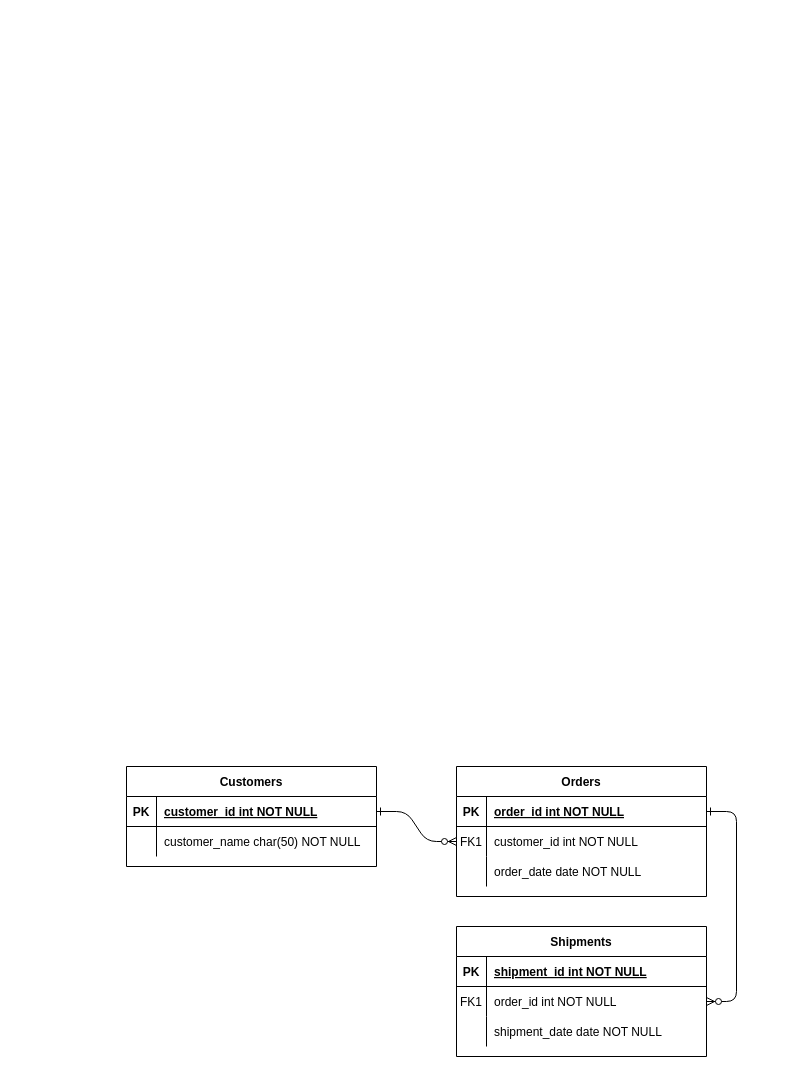
Earlier version of the draw.io diagram Untitled Diagram.drawio (BrunoTerres/portfolio). Source tidied: cells renumbered, new cells numbered last; positions are measured from the earlier drawing's top-left corner, leaving out a move shared by most shapes. Both pictures are drawn from the tidied source at 100%, with x=0, y=0 at pixel (126, 766).
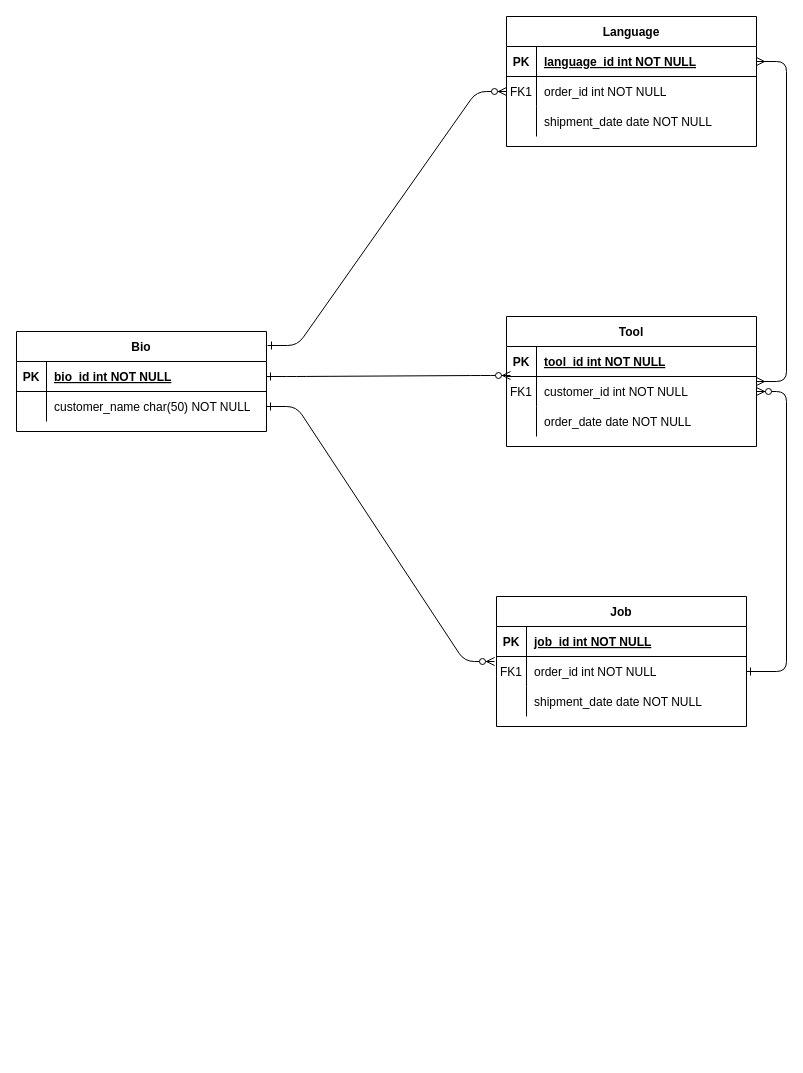
Above is the later version.

Unchanged cells that the change refers to:
```xml
<mxCell id="5" style="shape=partialRectangle;fillColor=none;points=[[0,0.5],[1,0.5]];portConstraint=eastwest;top=0;left=0;right=0;bottom=1;" parent="4" vertex="1">
  <mxGeometry y="30" width="250" height="30" as="geometry" />
</mxCell>
<mxCell id="8" style="shape=partialRectangle;fillColor=none;points=[[0,0.5],[1,0.5]];portConstraint=eastwest;top=0;left=0;right=0;bottom=0;" parent="4" vertex="1">
  <mxGeometry y="60" width="250" height="30" as="geometry" />
</mxCell>
<mxCell id="15" style="shape=partialRectangle;fillColor=none;top=0;left=0;right=0;bottom=1;" parent="14" vertex="1">
  <mxGeometry y="30" width="250" height="30" as="geometry" />
</mxCell>
<mxCell id="18" style="shape=partialRectangle;fillColor=none;points=[[0,0.5],[1,0.5]];portConstraint=eastwest;top=0;left=0;right=0;bottom=0;" parent="14" vertex="1">
  <mxGeometry y="60" width="250" height="30" as="geometry" />
</mxCell>
<mxCell id="25" style="shape=partialRectangle;fillColor=none;points=[[0,0.5],[1,0.5]];portConstraint=eastwest;top=0;left=0;right=0;bottom=1;" parent="24" vertex="1">
  <mxGeometry y="30" width="250" height="30" as="geometry" />
</mxCell>
<mxCell id="28" style="shape=partialRectangle;fillColor=none;points=[[0,0.5],[1,0.5]];portConstraint=eastwest;top=0;left=0;right=0;bottom=0;" parent="24" vertex="1">
  <mxGeometry y="60" width="250" height="30" as="geometry" />
</mxCell>
```

Change to the diagram source:
```diff
@@
-    <mxCell id="2" style="edgeStyle=entityRelationEdgeStyle;endArrow=ERzeroToMany;startArrow=ERone;endFill=1;startFill=0;" parent="1" edge="1" source="25" target="8">
+    <mxCell id="2" style="edgeStyle=entityRelationEdgeStyle;endArrow=ERzeroToMany;startArrow=ERone;endFill=1;startFill=0;entryX=-0.008;entryY=0.167;entryDx=0;entryDy=0;entryPerimeter=0;exitX=1;exitY=0.5;exitDx=0;exitDy=0;" parent="1" edge="1" source="28" target="18">
       <mxGeometry relative="1" as="geometry" />
     </mxCell>
-    <mxCell id="3" style="edgeStyle=entityRelationEdgeStyle;endArrow=ERzeroToMany;startArrow=ERone;endFill=1;startFill=0;" parent="1" edge="1" source="5" target="18">
+    <mxCell id="3" style="edgeStyle=entityRelationEdgeStyle;endArrow=ERzeroToMany;startArrow=ERone;endFill=1;startFill=0;exitX=1;exitY=0.5;exitDx=0;exitDy=0;" parent="1" edge="1" source="18" target="8">
       <mxGeometry relative="1" as="geometry" />
     </mxCell>
-    <mxCell id="4" value="Orders" style="shape=table;startSize=30;childLayout=tableLayout;rowLines=0;fontStyle=1;align=center;" parent="1" vertex="1">
-      <mxGeometry x="330" width="250" height="130" as="geometry" />
+    <mxCell id="4" value="Tool" style="shape=table;startSize=30;childLayout=tableLayout;rowLines=0;fontStyle=1;align=center;" parent="1" vertex="1">
+      <mxGeometry x="380" y="-450" width="250" height="130" as="geometry" />
     </mxCell>
@@
-    <mxCell id="7" value="order_id int NOT NULL " style="shape=partialRectangle;overflow=hidden;fillColor=none;top=0;left=0;bottom=0;right=0;align=left;spacingLeft=6;fontStyle=5;" parent="5" vertex="1">
+    <mxCell id="7" value="tool_id int NOT NULL " style="shape=partialRectangle;overflow=hidden;fillColor=none;top=0;left=0;bottom=0;right=0;align=left;spacingLeft=6;fontStyle=5;" parent="5" vertex="1">
       <mxGeometry x="30" width="220" height="30" as="geometry" />
     </mxCell>
@@
-    <mxCell id="14" value="Shipments" style="shape=table;startSize=30;childLayout=tableLayout;rowLines=0;fontStyle=1;align=center;" parent="1" vertex="1">
-      <mxGeometry x="330" y="160" width="250" height="130" as="geometry" />
+    <mxCell id="14" value="Job" style="shape=table;startSize=30;childLayout=tableLayout;rowLines=0;fontStyle=1;align=center;" parent="1" vertex="1">
+      <mxGeometry x="370" y="-170" width="250" height="130" as="geometry" />
     </mxCell>
@@
-    <mxCell id="17" value="shipment_id int NOT NULL " style="shape=partialRectangle;overflow=hidden;fillColor=none;top=0;left=0;bottom=0;right=0;align=left;spacingLeft=6;fontStyle=5;" parent="15" vertex="1">
+    <mxCell id="17" value="job_id int NOT NULL " style="shape=partialRectangle;overflow=hidden;fillColor=none;top=0;left=0;bottom=0;right=0;align=left;spacingLeft=6;fontStyle=5;" parent="15" vertex="1">
       <mxGeometry x="30" width="220" height="30" as="geometry" />
     </mxCell>
@@
-    <mxCell id="24" value="Customers" style="shape=table;startSize=30;childLayout=tableLayout;rowLines=0;fontStyle=1;align=center;" parent="1" vertex="1">
-      <mxGeometry width="250" height="100" as="geometry" />
+    <mxCell id="24" value="Bio" style="shape=table;startSize=30;childLayout=tableLayout;rowLines=0;fontStyle=1;align=center;" parent="1" vertex="1">
+      <mxGeometry x="-110" y="-435" width="250" height="100" as="geometry" />
     </mxCell>
@@
-    <mxCell id="27" value="customer_id int NOT NULL " style="shape=partialRectangle;overflow=hidden;fillColor=none;top=0;left=0;bottom=0;right=0;align=left;spacingLeft=6;fontStyle=5;" parent="25" vertex="1">
+    <mxCell id="27" value="bio_id int NOT NULL " style="shape=partialRectangle;overflow=hidden;fillColor=none;top=0;left=0;bottom=0;right=0;align=left;spacingLeft=6;fontStyle=5;" parent="25" vertex="1">
       <mxGeometry x="30" width="220" height="30" as="geometry" />
     </mxCell>
@@
+    <mxCell id="31" value="Language" style="shape=table;startSize=30;childLayout=tableLayout;rowLines=0;fontStyle=1;align=center;" parent="1" vertex="1">
+      <mxGeometry x="380" y="-750" width="250" height="130" as="geometry" />
+    </mxCell>
+    <mxCell id="32" style="shape=partialRectangle;fillColor=none;points=[[0,0.5],[1,0.5]];portConstraint=eastwest;top=0;left=0;right=0;bottom=1;" parent="31" vertex="1">
+      <mxGeometry y="30" width="250" height="30" as="geometry" />
+    </mxCell>
+    <mxCell id="33" value="PK" style="shape=partialRectangle;overflow=hidden;fillColor=none;top=0;left=0;bottom=0;right=0;fontStyle=1;" parent="32" vertex="1">
+      <mxGeometry width="30" height="30" as="geometry" />
+    </mxCell>
+    <mxCell id="34" value="language_id int NOT NULL " style="shape=partialRectangle;overflow=hidden;fillColor=none;top=0;left=0;bottom=0;right=0;align=left;spacingLeft=6;fontStyle=5;" parent="32" vertex="1">
+      <mxGeometry x="30" width="220" height="30" as="geometry" />
+    </mxCell>
+    <mxCell id="35" style="shape=partialRectangle;fillColor=none;points=[[0,0.5],[1,0.5]];portConstraint=eastwest;top=0;left=0;right=0;bottom=0;" parent="31" vertex="1">
+      <mxGeometry y="60" width="250" height="30" as="geometry" />
+    </mxCell>
+    <mxCell id="36" value="FK1" style="shape=partialRectangle;overflow=hidden;fillColor=none;top=0;left=0;bottom=0;right=0;" parent="35" vertex="1">
+      <mxGeometry width="30" height="30" as="geometry" />
+    </mxCell>
+    <mxCell id="37" value="order_id int NOT NULL" style="shape=partialRectangle;overflow=hidden;fillColor=none;top=0;left=0;bottom=0;right=0;align=left;spacingLeft=6;" parent="35" vertex="1">
+      <mxGeometry x="30" width="220" height="30" as="geometry" />
+    </mxCell>
+    <mxCell id="38" style="shape=partialRectangle;fillColor=none;top=0;left=0;right=0;bottom=0;" parent="31" vertex="1">
+      <mxGeometry y="90" width="250" height="30" as="geometry" />
+    </mxCell>
+    <mxCell id="39" style="shape=partialRectangle;overflow=hidden;fillColor=none;top=0;left=0;bottom=0;right=0;" parent="38" vertex="1">
+      <mxGeometry width="30" height="30" as="geometry" />
+    </mxCell>
+    <mxCell id="40" value="shipment_date date NOT NULL" style="shape=partialRectangle;overflow=hidden;fillColor=none;top=0;left=0;bottom=0;right=0;align=left;spacingLeft=6;" parent="38" vertex="1">
+      <mxGeometry x="30" width="220" height="30" as="geometry" />
+    </mxCell>
+    <mxCell id="41" style="edgeStyle=entityRelationEdgeStyle;fontSize=12;html=1;endArrow=ERmany;startArrow=ERmany;entryX=1;entryY=0.5;entryDx=0;entryDy=0;" parent="1" edge="1" target="32">
+      <mxGeometry relative="1" as="geometry">
+        <mxPoint x="630" y="-385" as="sourcePoint" />
+      </mxGeometry>
+    </mxCell>
+    <mxCell id="42" style="edgeStyle=entityRelationEdgeStyle;endArrow=ERzeroToMany;startArrow=ERone;endFill=1;startFill=0;entryX=0.016;entryY=0.967;entryDx=0;entryDy=0;entryPerimeter=0;" parent="1" edge="1" source="25" target="5">
+      <mxGeometry relative="1" as="geometry" />
+    </mxCell>
+    <mxCell id="43" style="edgeStyle=entityRelationEdgeStyle;endArrow=ERzeroToMany;startArrow=ERone;endFill=1;startFill=0;entryX=0;entryY=0.5;entryDx=0;entryDy=0;exitX=1.004;exitY=0.14;exitDx=0;exitDy=0;exitPerimeter=0;" parent="1" edge="1" source="24" target="35">
+      <mxGeometry relative="1" as="geometry" />
+    </mxCell>
```
